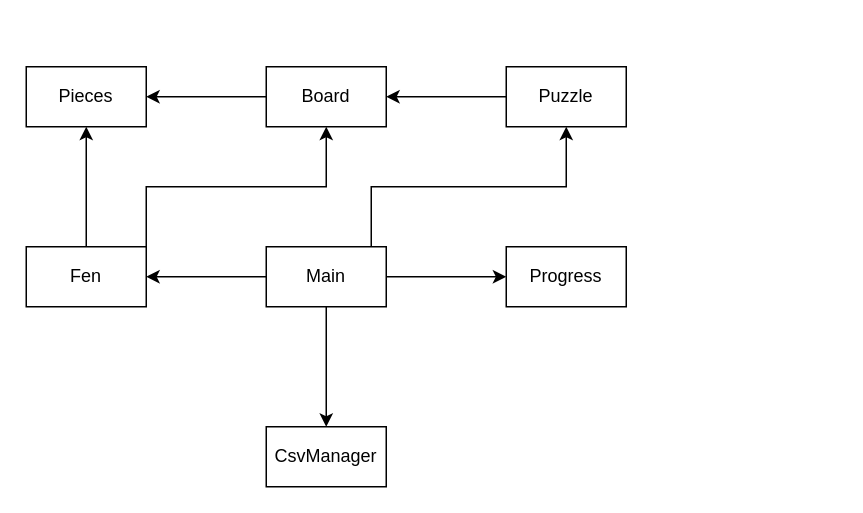
zaryar/EffektChess keeps this draw.io diagram as img/EffektChess.drawio. Above is the earlier version. Source tidied: cells renumbered, new cells numbered last; positions are measured from the earlier drawing's top-left corner, leaving out a move shared by most shapes. Both pictures are drawn from the tidied source at 150%, with x=0, y=0 at pixel (26, 66).
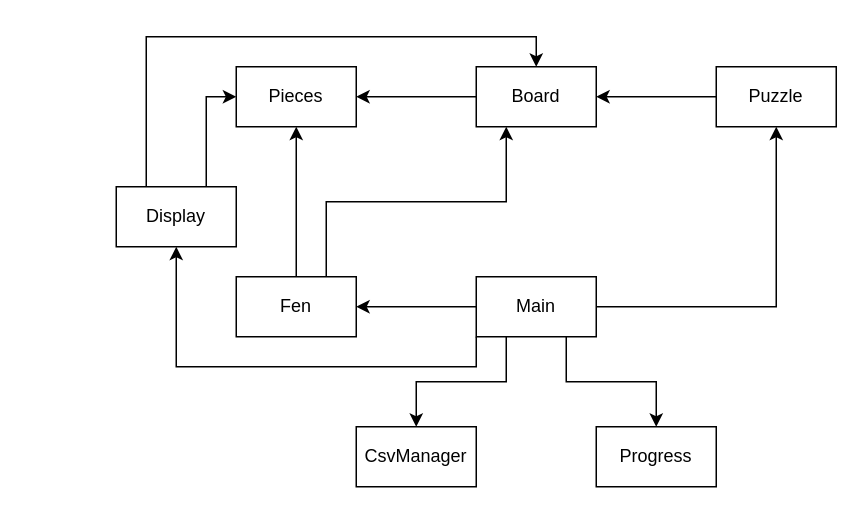
Above is the later version.

Change to the diagram source:
```diff
@@
     <mxCell id="2" value="Pieces" style="rounded=0;whiteSpace=wrap;html=1;" parent="1" vertex="1">
-      <mxGeometry width="80" height="40" as="geometry" />
+      <mxGeometry x="140" width="80" height="40" as="geometry" />
     </mxCell>
@@
     <mxCell id="4" value="&lt;div&gt;Board&lt;/div&gt;" style="rounded=0;whiteSpace=wrap;html=1;" parent="1" vertex="1">
-      <mxGeometry x="160" width="80" height="40" as="geometry" />
+      <mxGeometry x="300" width="80" height="40" as="geometry" />
     </mxCell>
@@
     <mxCell id="6" value="Puzzle" style="rounded=0;whiteSpace=wrap;html=1;" parent="1" vertex="1">
-      <mxGeometry x="320" width="80" height="40" as="geometry" />
+      <mxGeometry x="460" width="80" height="40" as="geometry" />
     </mxCell>
+    <mxCell id="9" style="edgeStyle=orthogonalEdgeStyle;rounded=0;jettySize=auto;html=1;exitX=1;exitY=0.5;exitDx=0;exitDy=0;entryX=0.5;entryY=1;entryDx=0;entryDy=0;" parent="1" edge="1" source="11" target="6">
+      <mxGeometry relative="1" as="geometry" />
+    </mxCell>
@@
-    <mxCell id="8" style="edgeStyle=orthogonalEdgeStyle;rounded=0;jettySize=auto;html=1;exitX=0.5;exitY=1;exitDx=0;exitDy=0;entryX=0.5;entryY=0;entryDx=0;entryDy=0;" parent="1" edge="1" source="11" target="12">
+    <mxCell id="8" style="edgeStyle=orthogonalEdgeStyle;rounded=0;jettySize=auto;html=1;exitX=0.25;exitY=1;exitDx=0;exitDy=0;entryX=0.5;entryY=0;entryDx=0;entryDy=0;" parent="1" edge="1" source="11" target="12">
       <mxGeometry relative="1" as="geometry" />
     </mxCell>
-    <mxCell id="9" style="edgeStyle=orthogonalEdgeStyle;rounded=0;jettySize=auto;html=1;exitX=0.5;exitY=0;exitDx=0;exitDy=0;entryX=0.5;entryY=1;entryDx=0;entryDy=0;" parent="1" edge="1" source="11" target="6">
-      <mxGeometry relative="1" as="geometry">
-        <Array as="points">
-          <mxPoint x="230" y="120" />
-          <mxPoint x="230" y="80" />
-          <mxPoint x="360" y="80" />
-        </Array>
-      </mxGeometry>
-    </mxCell>
-    <mxCell id="10" style="edgeStyle=orthogonalEdgeStyle;rounded=0;jettySize=auto;html=1;exitX=1;exitY=0.5;exitDx=0;exitDy=0;entryX=0;entryY=0.5;entryDx=0;entryDy=0;" parent="1" edge="1" source="11" target="16">
+    <mxCell id="10" style="edgeStyle=orthogonalEdgeStyle;rounded=0;jettySize=auto;html=1;exitX=0.75;exitY=1;exitDx=0;exitDy=0;entryX=0.5;entryY=0;entryDx=0;entryDy=0;" parent="1" edge="1" source="11" target="16">
       <mxGeometry relative="1" as="geometry" />
     </mxCell>
+    <mxCell id="17" style="edgeStyle=orthogonalEdgeStyle;rounded=0;jettySize=auto;html=1;exitX=0;exitY=1;exitDx=0;exitDy=0;entryX=0.5;entryY=1;entryDx=0;entryDy=0;" parent="1" edge="1" source="11" target="20">
+      <mxGeometry relative="1" as="geometry" />
+    </mxCell>
     <mxCell id="11" value="Main" style="rounded=0;whiteSpace=wrap;html=1;" parent="1" vertex="1">
-      <mxGeometry x="160" y="120" width="80" height="40" as="geometry" />
+      <mxGeometry x="300" y="140" width="80" height="40" as="geometry" />
     </mxCell>
     <mxCell id="12" value="CsvManager" style="rounded=0;whiteSpace=wrap;html=1;" parent="1" vertex="1">
-      <mxGeometry x="160" y="240" width="80" height="40" as="geometry" />
+      <mxGeometry x="220" y="240" width="80" height="40" as="geometry" />
     </mxCell>
@@
-    <mxCell id="14" style="edgeStyle=orthogonalEdgeStyle;rounded=0;jettySize=auto;html=1;exitX=1;exitY=0;exitDx=0;exitDy=0;entryX=0.5;entryY=1;entryDx=0;entryDy=0;" parent="1" edge="1" source="15" target="4">
+    <mxCell id="14" style="edgeStyle=orthogonalEdgeStyle;rounded=0;jettySize=auto;html=1;exitX=0.75;exitY=0;exitDx=0;exitDy=0;entryX=0.25;entryY=1;entryDx=0;entryDy=0;" parent="1" edge="1" source="15" target="4">
       <mxGeometry relative="1" as="geometry" />
     </mxCell>
     <mxCell id="15" value="Fen" style="rounded=0;whiteSpace=wrap;html=1;" parent="1" vertex="1">
-      <mxGeometry y="120" width="80" height="40" as="geometry" />
+      <mxGeometry x="140" y="140" width="80" height="40" as="geometry" />
     </mxCell>
     <mxCell id="16" value="Progress" style="rounded=0;whiteSpace=wrap;html=1;" parent="1" vertex="1">
-      <mxGeometry x="320" y="120" width="80" height="40" as="geometry" />
+      <mxGeometry x="380" y="240" width="80" height="40" as="geometry" />
     </mxCell>
+    <mxCell id="18" style="edgeStyle=orthogonalEdgeStyle;rounded=0;jettySize=auto;html=1;exitX=0.5;exitY=0;exitDx=0;exitDy=0;entryX=0;entryY=0.5;entryDx=0;entryDy=0;" parent="1" edge="1" source="20" target="2">
+      <mxGeometry relative="1" as="geometry">
+        <Array as="points">
+          <mxPoint x="120" y="80" />
+          <mxPoint x="120" y="20" />
+        </Array>
+      </mxGeometry>
+    </mxCell>
+    <mxCell id="19" style="edgeStyle=orthogonalEdgeStyle;rounded=0;jettySize=auto;html=1;exitX=0.25;exitY=0;exitDx=0;exitDy=0;entryX=0.5;entryY=0;entryDx=0;entryDy=0;" parent="1" edge="1" source="20" target="4">
+      <mxGeometry relative="1" as="geometry" />
+    </mxCell>
+    <mxCell id="20" value="Display" style="rounded=0;whiteSpace=wrap;html=1;" parent="1" vertex="1">
+      <mxGeometry x="60" y="80" width="80" height="40" as="geometry" />
+    </mxCell>
```
